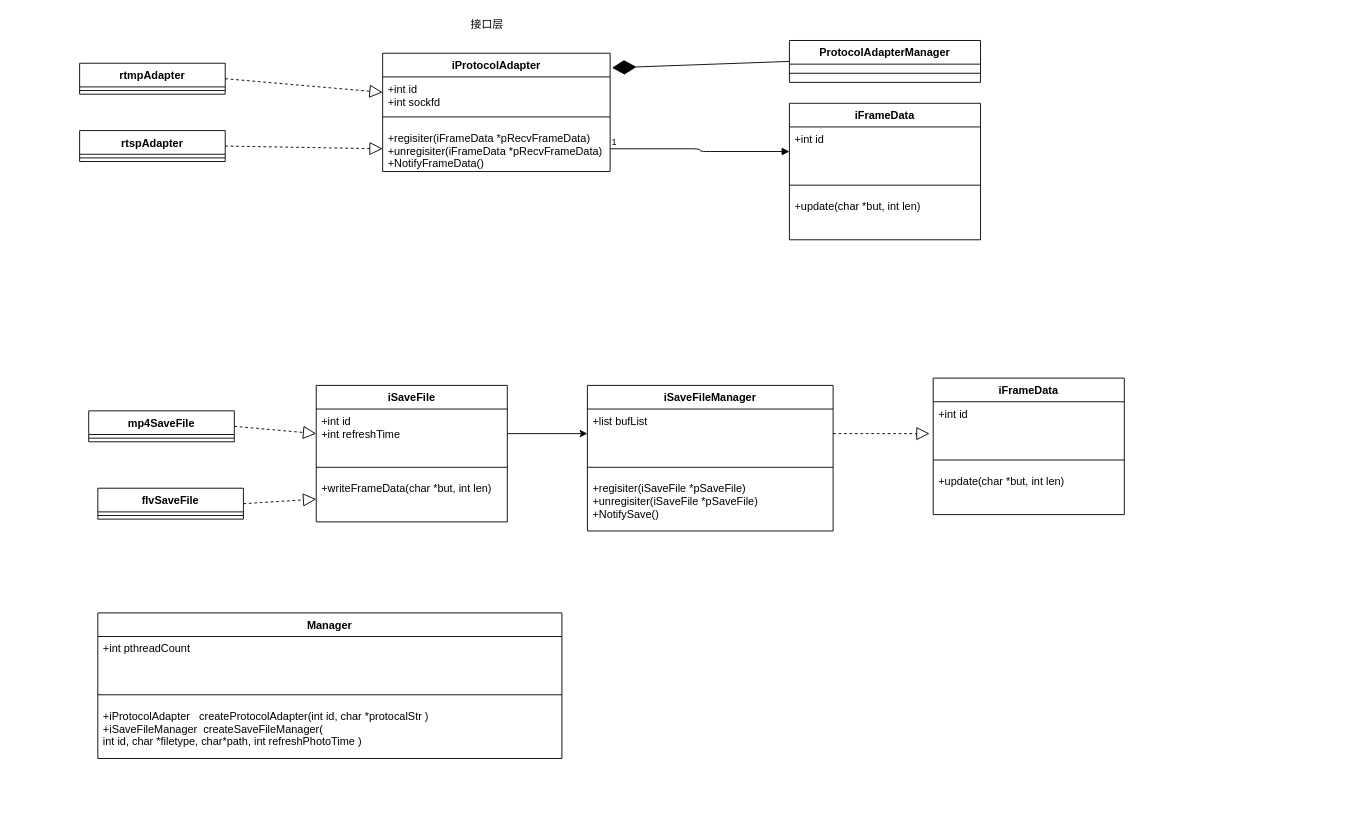
huangPeiLc/drawio keeps this draw.io diagram as 巡课uml.drawio. Above is the earlier version. Source tidied: cells renumbered, new cells numbered last; positions are measured from the earlier drawing's top-left corner, leaving out a move shared by most shapes. Both pictures are drawn from the tidied source at 91%, with x=0, y=0 at pixel (79, 15).
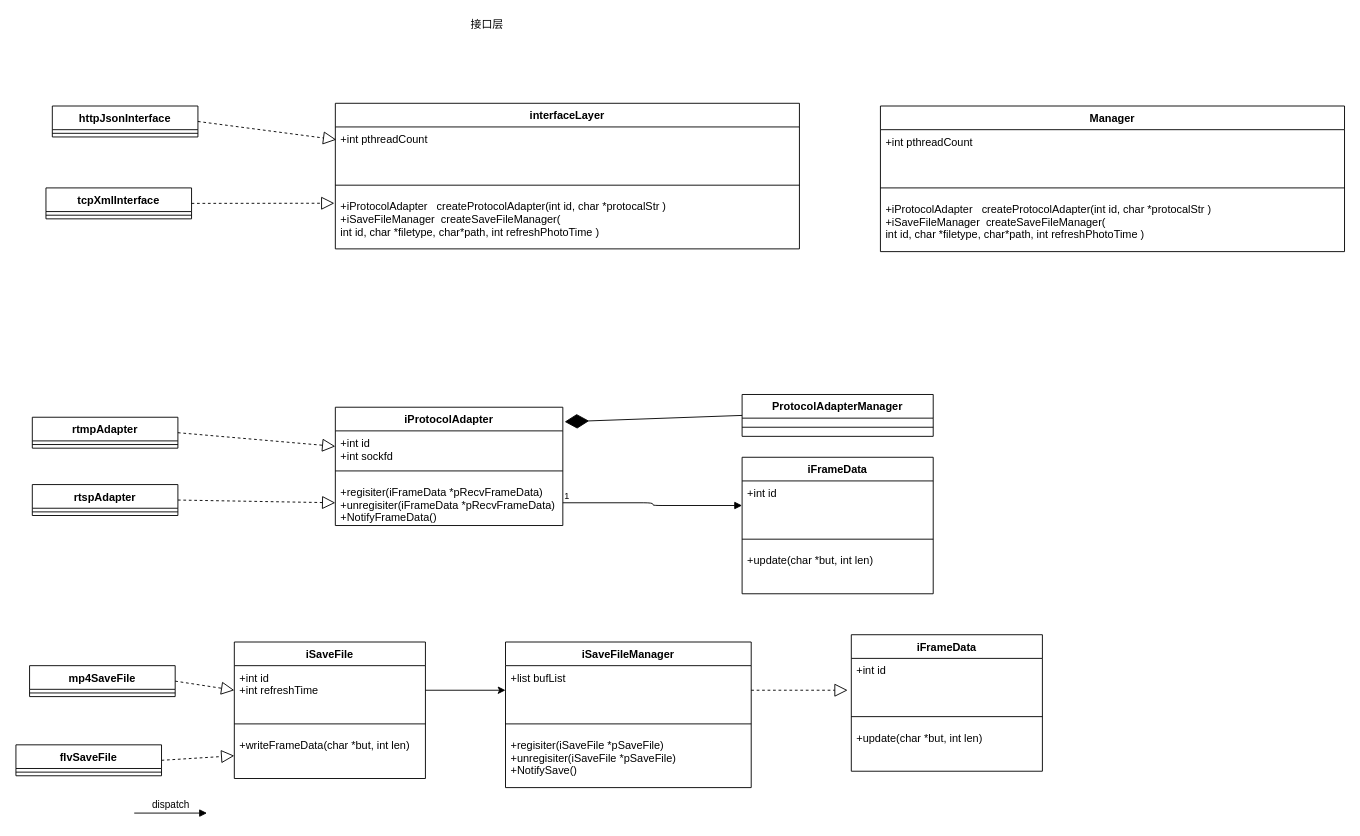
The same diagram, later.

The change refers to these unchanged cells:
```xml
<mxCell id="5" value="+regisiter(iFrameData *pRecvFrameData)&#10;+unregisiter(iFrameData *pRecvFrameData)&#10;+NotifyFrameData()" style="text;strokeColor=none;fillColor=none;align=left;verticalAlign=top;spacingLeft=4;spacingRight=4;overflow=hidden;points=[[0,0.5],[1,0.5]];portConstraint=eastwest;" parent="2" vertex="1">
  <mxGeometry y="80" width="250" height="50" as="geometry" />
</mxCell>
<mxCell id="27" value="+int id&#10;&#10;" style="text;strokeColor=none;fillColor=none;align=left;verticalAlign=top;spacingLeft=4;spacingRight=4;overflow=hidden;points=[[0,0.5],[1,0.5]];portConstraint=eastwest;" parent="26" vertex="1">
  <mxGeometry y="26" width="210" height="54" as="geometry" />
</mxCell>
```

What changed in the source:
```diff
@@
     <mxCell id="2" value="iProtocolAdapter&#10;" style="swimlane;fontStyle=1;align=center;verticalAlign=top;horizontal=1;startSize=26;" parent="1" vertex="1">
-      <mxGeometry x="333" y="41" width="250" height="130" as="geometry" />
+      <mxGeometry x="281" y="430" width="250" height="130" as="geometry" />
     </mxCell>
@@
     <mxCell id="8" value="rtmpAdapter&#10;" style="swimlane;fontStyle=1;align=center;verticalAlign=top;horizontal=1;startSize=26;" parent="1" vertex="1">
-      <mxGeometry y="52" width="160" height="34" as="geometry" />
+      <mxGeometry x="-52" y="441" width="160" height="34" as="geometry" />
     </mxCell>
@@
     <mxCell id="10" value="rtspAdapter&#10;" style="swimlane;fontStyle=1;align=center;verticalAlign=top;horizontal=1;startSize=26;" parent="1" vertex="1">
-      <mxGeometry y="126" width="160" height="34" as="geometry" />
+      <mxGeometry x="-52" y="515" width="160" height="34" as="geometry" />
     </mxCell>
@@
     <mxCell id="13" value="iSaveFileManager&#10;" style="swimlane;fontStyle=1;align=center;verticalAlign=top;horizontal=1;startSize=26;" parent="1" vertex="1">
-      <mxGeometry x="558" y="406" width="270" height="160" as="geometry" />
+      <mxGeometry x="468" y="688" width="270" height="160" as="geometry" />
     </mxCell>
@@
     <mxCell id="17" value="iFrameData&#10;" style="swimlane;fontStyle=1;align=center;verticalAlign=top;horizontal=1;startSize=26;" parent="1" vertex="1">
-      <mxGeometry x="938" y="398" width="210" height="150" as="geometry" />
+      <mxGeometry x="848" y="680" width="210" height="150" as="geometry" />
     </mxCell>
@@
     <mxCell id="21" value="ProtocolAdapterManager&#10;" style="swimlane;fontStyle=1;align=center;verticalAlign=top;horizontal=1;startSize=26;" parent="1" vertex="1">
-      <mxGeometry x="780" y="27" width="210" height="46" as="geometry" />
+      <mxGeometry x="728" y="416" width="210" height="46" as="geometry" />
     </mxCell>
@@
     <mxCell id="24" style="endArrow=block;endFill=1;html=1;edgeStyle=orthogonalEdgeStyle;align=left;verticalAlign=top;exitX=1;exitY=0.5;exitDx=0;exitDy=0;entryX=0;entryY=0.5;entryDx=0;entryDy=0;" parent="1" edge="1" source="5" target="27">
       <mxGeometry x="-1" relative="1" as="geometry">
         <Array as="points">
-          <mxPoint x="682" y="146" />
-          <mxPoint x="682" y="149" />
+          <mxPoint x="630" y="535" />
+          <mxPoint x="630" y="538" />
         </Array>
       </mxGeometry>
     </mxCell>
@@
     <mxCell id="26" value="iFrameData&#10;" style="swimlane;fontStyle=1;align=center;verticalAlign=top;horizontal=1;startSize=26;" parent="1" vertex="1">
-      <mxGeometry x="780" y="96" width="210" height="150" as="geometry" />
+      <mxGeometry x="728" y="485" width="210" height="150" as="geometry" />
     </mxCell>
@@
     <mxCell id="31" value="iSaveFile&#10;" style="swimlane;fontStyle=1;align=center;verticalAlign=top;horizontal=1;startSize=26;" parent="1" vertex="1">
-      <mxGeometry x="260" y="406" width="210" height="150" as="geometry" />
+      <mxGeometry x="170" y="688" width="210" height="150" as="geometry" />
     </mxCell>
@@
     <mxCell id="37" value="mp4SaveFile&#10;" style="swimlane;fontStyle=1;align=center;verticalAlign=top;horizontal=1;startSize=26;" parent="1" vertex="1">
-      <mxGeometry x="10" y="434" width="160" height="34" as="geometry" />
+      <mxGeometry x="-55" y="714" width="160" height="34" as="geometry" />
     </mxCell>
@@
     <mxCell id="39" value="flvSaveFile" style="swimlane;fontStyle=1;align=center;verticalAlign=top;horizontal=1;startSize=26;" parent="1" vertex="1">
-      <mxGeometry x="20" y="519" width="160" height="34" as="geometry" />
+      <mxGeometry x="-70" y="801" width="160" height="34" as="geometry" />
     </mxCell>
@@
     <mxCell id="42" value="Manager" style="swimlane;fontStyle=1;align=center;verticalAlign=top;horizontal=1;startSize=26;" parent="1" vertex="1">
-      <mxGeometry x="20" y="656" width="510" height="160" as="geometry" />
+      <mxGeometry x="880" y="99" width="510" height="160" as="geometry" />
     </mxCell>
-    <mxCell id="43" value="+int pthreadCount&#10;&#10;" style="text;strokeColor=none;fillColor=none;align=left;verticalAlign=top;spacingLeft=4;spacingRight=4;overflow=hidden;" parent="42" vertex="1">
-      <mxGeometry y="26" width="510" height="54" as="geometry" />
-    </mxCell>
-    <mxCell id="44" style="line;strokeWidth=1;fillColor=none;align=left;verticalAlign=middle;spacingTop=-1;spacingLeft=3;spacingRight=3;labelPosition=right;" parent="42" vertex="1">
-      <mxGeometry y="80" width="510" height="20" as="geometry" />
-    </mxCell>
-    <mxCell id="45" value="+iProtocolAdapter   createProtocolAdapter(int id, char *protocalStr )&#10;+iSaveFileManager  createSaveFileManager(&#10;int id, char *filetype, char*path, int refreshPhotoTime )&#10;" style="text;strokeColor=none;fillColor=none;align=left;verticalAlign=top;spacingLeft=4;spacingRight=4;overflow=hidden;" parent="42" vertex="1">
-      <mxGeometry y="100" width="510" height="60" as="geometry" />
-    </mxCell>
+    <mxCell id="46" value="+int pthreadCount&#10;&#10;" style="text;strokeColor=none;fillColor=none;align=left;verticalAlign=top;spacingLeft=4;spacingRight=4;overflow=hidden;" parent="42" vertex="1">
+      <mxGeometry y="26" width="510" height="54" as="geometry" />
+    </mxCell>
+    <mxCell id="47" style="line;strokeWidth=1;fillColor=none;align=left;verticalAlign=middle;spacingTop=-1;spacingLeft=3;spacingRight=3;labelPosition=right;" parent="42" vertex="1">
+      <mxGeometry y="80" width="510" height="20" as="geometry" />
+    </mxCell>
+    <mxCell id="48" value="+iProtocolAdapter   createProtocolAdapter(int id, char *protocalStr )&#10;+iSaveFileManager  createSaveFileManager(&#10;int id, char *filetype, char*path, int refreshPhotoTime )&#10;" style="text;strokeColor=none;fillColor=none;align=left;verticalAlign=top;spacingLeft=4;spacingRight=4;overflow=hidden;" parent="42" vertex="1">
+      <mxGeometry y="100" width="510" height="60" as="geometry" />
+    </mxCell>
+    <mxCell id="49" value="interfaceLayer&#10;" style="swimlane;fontStyle=1;align=center;verticalAlign=top;horizontal=1;startSize=26;" parent="1" vertex="1">
+      <mxGeometry x="281" y="96" width="510" height="160" as="geometry" />
+    </mxCell>
+    <mxCell id="50" value="+int pthreadCount&#10;&#10;" style="text;strokeColor=none;fillColor=none;align=left;verticalAlign=top;spacingLeft=4;spacingRight=4;overflow=hidden;points=[[0,0.5],[1,0.5]];portConstraint=eastwest;" parent="49" vertex="1">
+      <mxGeometry y="26" width="510" height="54" as="geometry" />
+    </mxCell>
+    <mxCell id="51" style="line;strokeWidth=1;fillColor=none;align=left;verticalAlign=middle;spacingTop=-1;spacingLeft=3;spacingRight=3;labelPosition=right;" parent="49" vertex="1">
+      <mxGeometry y="80" width="510" height="20" as="geometry" />
+    </mxCell>
+    <mxCell id="52" value="+iProtocolAdapter   createProtocolAdapter(int id, char *protocalStr )&#10;+iSaveFileManager  createSaveFileManager(&#10;int id, char *filetype, char*path, int refreshPhotoTime )&#10;" style="text;strokeColor=none;fillColor=none;align=left;verticalAlign=top;spacingLeft=4;spacingRight=4;overflow=hidden;points=[[0,0.5],[1,0.5]];portConstraint=eastwest;" parent="49" vertex="1">
+      <mxGeometry y="100" width="510" height="60" as="geometry" />
+    </mxCell>
+    <mxCell id="53" value="httpJsonInterface&#10;" style="swimlane;fontStyle=1;align=center;verticalAlign=top;horizontal=1;startSize=26;" parent="1" vertex="1">
+      <mxGeometry x="-30" y="99" width="160" height="34" as="geometry" />
+    </mxCell>
+    <mxCell id="54" style="line;strokeWidth=1;fillColor=none;align=left;verticalAlign=middle;spacingTop=-1;spacingLeft=3;spacingRight=3;labelPosition=right;" parent="53" vertex="1">
+      <mxGeometry y="26" width="160" height="8" as="geometry" />
+    </mxCell>
+    <mxCell id="55" style="endArrow=block;dashed=1;endFill=0;endSize=12;html=1;exitX=1;exitY=0.5;exitDx=0;exitDy=0;entryX=0.002;entryY=0.259;entryDx=0;entryDy=0;entryPerimeter=0;" parent="1" edge="1" source="53" target="50">
+      <mxGeometry relative="1" as="geometry" />
+    </mxCell>
+    <mxCell id="56" value="tcpXmlInterface&#10;" style="swimlane;fontStyle=1;align=center;verticalAlign=top;horizontal=1;startSize=26;" parent="1" vertex="1">
+      <mxGeometry x="-37" y="189" width="160" height="34" as="geometry" />
+    </mxCell>
+    <mxCell id="57" style="line;strokeWidth=1;fillColor=none;align=left;verticalAlign=middle;spacingTop=-1;spacingLeft=3;spacingRight=3;labelPosition=right;" parent="56" vertex="1">
+      <mxGeometry y="26" width="160" height="8" as="geometry" />
+    </mxCell>
+    <mxCell id="58" style="endArrow=block;dashed=1;endFill=0;endSize=12;html=1;exitX=1;exitY=0.5;exitDx=0;exitDy=0;entryX=-0.002;entryY=0.164;entryDx=0;entryDy=0;entryPerimeter=0;" parent="1" edge="1" source="56" target="52">
+      <mxGeometry relative="1" as="geometry" />
+    </mxCell>
+    <mxCell id="59" value="dispatch" style="html=1;verticalAlign=bottom;endArrow=block;" parent="1" edge="1">
+      <mxGeometry relative="1" as="geometry">
+        <mxPoint x="60" y="876" as="sourcePoint" />
+        <mxPoint x="140" y="876" as="targetPoint" />
+      </mxGeometry>
+    </mxCell>
```
